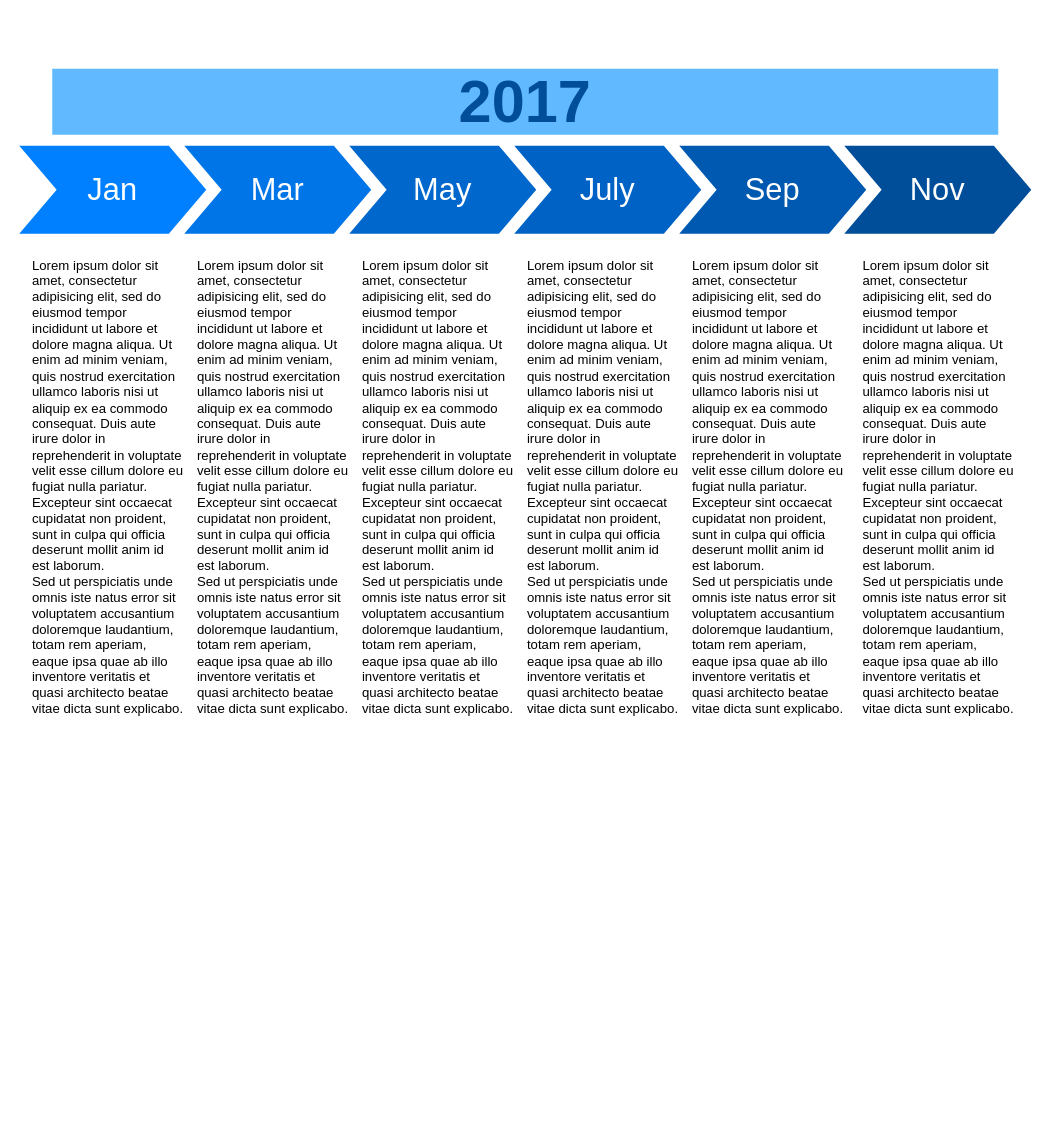
Earlier version of the draw.io diagram Untitled Diagram.drawio (HernanSaltiveri/hernansaltiveri.github.io). Source tidied: cells renumbered, new cells numbered last; positions are measured from the earlier drawing's top-left corner, leaving out a move shared by most shapes. Both pictures are drawn from the tidied source at 110%, with x=0, y=0 at pixel (19, 68).
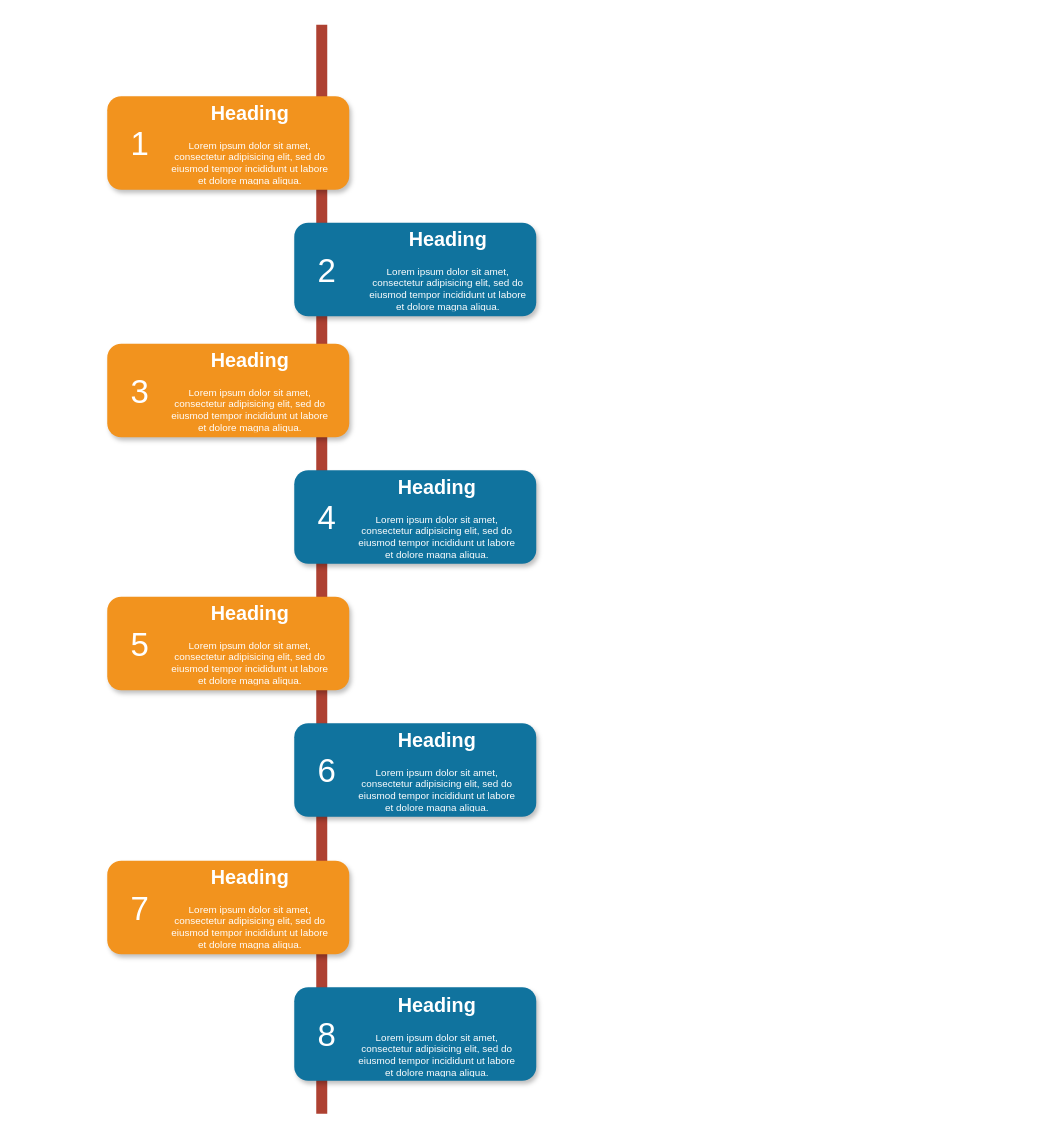
After the change.

What changed in the source:
```diff
@@
-    <mxCell id="2" value="Jan" style="shape=step;whiteSpace=wrap;html=1;fontSize=28;fillColor=#0080FF;fontColor=#FFFFFF;strokeColor=none;" parent="1" vertex="1">
-      <mxGeometry y="70" width="170" height="80" as="geometry" />
-    </mxCell>
-    <mxCell id="3" value="Mar" style="shape=step;whiteSpace=wrap;html=1;fontSize=28;fillColor=#0075E8;fontColor=#FFFFFF;strokeColor=none;" parent="1" vertex="1">
-      <mxGeometry x="150" y="70" width="170" height="80" as="geometry" />
-    </mxCell>
-    <mxCell id="4" value="May" style="shape=step;whiteSpace=wrap;html=1;fontSize=28;fillColor=#0067CC;fontColor=#FFFFFF;strokeColor=none;" parent="1" vertex="1">
-      <mxGeometry x="300" y="70" width="170" height="80" as="geometry" />
-    </mxCell>
-    <mxCell id="5" value="July" style="shape=step;whiteSpace=wrap;html=1;fontSize=28;fillColor=#0062C4;fontColor=#FFFFFF;strokeColor=none;" parent="1" vertex="1">
-      <mxGeometry x="450" y="70" width="170" height="80" as="geometry" />
-    </mxCell>
-    <mxCell id="6" value="Sep" style="shape=step;whiteSpace=wrap;html=1;fontSize=28;fillColor=#0059B0;fontColor=#FFFFFF;strokeColor=none;" parent="1" vertex="1">
-      <mxGeometry x="600" y="70" width="170" height="80" as="geometry" />
-    </mxCell>
-    <mxCell id="7" value="Nov" style="shape=step;whiteSpace=wrap;html=1;fontSize=28;fillColor=#004D99;fontColor=#FFFFFF;strokeColor=none;" parent="1" vertex="1">
-      <mxGeometry x="750" y="70" width="170" height="80" as="geometry" />
-    </mxCell>
-    <mxCell id="8" value="2017" style="text;html=1;strokeColor=none;fillColor=#61BAFF;align=center;verticalAlign=middle;whiteSpace=wrap;fontSize=54;fontStyle=1;fontColor=#004D99;" parent="1" vertex="1">
-      <mxGeometry x="30" width="860" height="60" as="geometry" />
-    </mxCell>
-    <mxCell id="9" value="Lorem ipsum dolor sit amet, consectetur adipisicing elit, sed do eiusmod tempor incididunt ut labore et dolore magna aliqua. Ut enim ad minim veniam, quis nostrud exercitation ullamco laboris nisi ut aliquip ex ea commodo consequat. Duis aute irure dolor in reprehenderit in voluptate velit esse cillum dolore eu fugiat nulla pariatur. Excepteur sint occaecat cupidatat non proident, sunt in culpa qui officia deserunt mollit anim id est laborum.&lt;br&gt;Sed ut perspiciatis unde omnis iste natus error sit voluptatem accusantium doloremque laudantium, totam rem aperiam, eaque ipsa quae ab illo inventore veritatis et quasi architecto beatae vitae dicta sunt explicabo." style="text;spacingTop=-5;fillColor=#ffffff;whiteSpace=wrap;html=1;align=left;fontSize=12;fontFamily=Helvetica;fillColor=none;strokeColor=none;" parent="1" vertex="1">
-      <mxGeometry x="10" y="170" width="140" height="470" as="geometry" />
-    </mxCell>
-    <mxCell id="10" value="Lorem ipsum dolor sit amet, consectetur adipisicing elit, sed do eiusmod tempor incididunt ut labore et dolore magna aliqua. Ut enim ad minim veniam, quis nostrud exercitation ullamco laboris nisi ut aliquip ex ea commodo consequat. Duis aute irure dolor in reprehenderit in voluptate velit esse cillum dolore eu fugiat nulla pariatur. Excepteur sint occaecat cupidatat non proident, sunt in culpa qui officia deserunt mollit anim id est laborum.&lt;br&gt;Sed ut perspiciatis unde omnis iste natus error sit voluptatem accusantium doloremque laudantium, totam rem aperiam, eaque ipsa quae ab illo inventore veritatis et quasi architecto beatae vitae dicta sunt explicabo." style="text;spacingTop=-5;fillColor=#ffffff;whiteSpace=wrap;html=1;align=left;fontSize=12;fontFamily=Helvetica;fillColor=none;strokeColor=none;" parent="1" vertex="1">
-      <mxGeometry x="160" y="170" width="140" height="470" as="geometry" />
-    </mxCell>
-    <mxCell id="11" value="Lorem ipsum dolor sit amet, consectetur adipisicing elit, sed do eiusmod tempor incididunt ut labore et dolore magna aliqua. Ut enim ad minim veniam, quis nostrud exercitation ullamco laboris nisi ut aliquip ex ea commodo consequat. Duis aute irure dolor in reprehenderit in voluptate velit esse cillum dolore eu fugiat nulla pariatur. Excepteur sint occaecat cupidatat non proident, sunt in culpa qui officia deserunt mollit anim id est laborum.&lt;br&gt;Sed ut perspiciatis unde omnis iste natus error sit voluptatem accusantium doloremque laudantium, totam rem aperiam, eaque ipsa quae ab illo inventore veritatis et quasi architecto beatae vitae dicta sunt explicabo." style="text;spacingTop=-5;fillColor=#ffffff;whiteSpace=wrap;html=1;align=left;fontSize=12;fontFamily=Helvetica;fillColor=none;strokeColor=none;" parent="1" vertex="1">
-      <mxGeometry x="310" y="170" width="140" height="470" as="geometry" />
-    </mxCell>
-    <mxCell id="12" value="Lorem ipsum dolor sit amet, consectetur adipisicing elit, sed do eiusmod tempor incididunt ut labore et dolore magna aliqua. Ut enim ad minim veniam, quis nostrud exercitation ullamco laboris nisi ut aliquip ex ea commodo consequat. Duis aute irure dolor in reprehenderit in voluptate velit esse cillum dolore eu fugiat nulla pariatur. Excepteur sint occaecat cupidatat non proident, sunt in culpa qui officia deserunt mollit anim id est laborum.&lt;br&gt;Sed ut perspiciatis unde omnis iste natus error sit voluptatem accusantium doloremque laudantium, totam rem aperiam, eaque ipsa quae ab illo inventore veritatis et quasi architecto beatae vitae dicta sunt explicabo." style="text;spacingTop=-5;fillColor=#ffffff;whiteSpace=wrap;html=1;align=left;fontSize=12;fontFamily=Helvetica;fillColor=none;strokeColor=none;" parent="1" vertex="1">
-      <mxGeometry x="460" y="170" width="140" height="470" as="geometry" />
-    </mxCell>
-    <mxCell id="13" value="Lorem ipsum dolor sit amet, consectetur adipisicing elit, sed do eiusmod tempor incididunt ut labore et dolore magna aliqua. Ut enim ad minim veniam, quis nostrud exercitation ullamco laboris nisi ut aliquip ex ea commodo consequat. Duis aute irure dolor in reprehenderit in voluptate velit esse cillum dolore eu fugiat nulla pariatur. Excepteur sint occaecat cupidatat non proident, sunt in culpa qui officia deserunt mollit anim id est laborum.&lt;br&gt;Sed ut perspiciatis unde omnis iste natus error sit voluptatem accusantium doloremque laudantium, totam rem aperiam, eaque ipsa quae ab illo inventore veritatis et quasi architecto beatae vitae dicta sunt explicabo." style="text;spacingTop=-5;fillColor=#ffffff;whiteSpace=wrap;html=1;align=left;fontSize=12;fontFamily=Helvetica;fillColor=none;strokeColor=none;" parent="1" vertex="1">
-      <mxGeometry x="610" y="170" width="140" height="470" as="geometry" />
-    </mxCell>
-    <mxCell id="14" value="Lorem ipsum dolor sit amet, consectetur adipisicing elit, sed do eiusmod tempor incididunt ut labore et dolore magna aliqua. Ut enim ad minim veniam, quis nostrud exercitation ullamco laboris nisi ut aliquip ex ea commodo consequat. Duis aute irure dolor in reprehenderit in voluptate velit esse cillum dolore eu fugiat nulla pariatur. Excepteur sint occaecat cupidatat non proident, sunt in culpa qui officia deserunt mollit anim id est laborum.&lt;br&gt;Sed ut perspiciatis unde omnis iste natus error sit voluptatem accusantium doloremque laudantium, totam rem aperiam, eaque ipsa quae ab illo inventore veritatis et quasi architecto beatae vitae dicta sunt explicabo." style="text;spacingTop=-5;fillColor=#ffffff;whiteSpace=wrap;html=1;align=left;fontSize=12;fontFamily=Helvetica;fillColor=none;strokeColor=none;" parent="1" vertex="1">
-      <mxGeometry x="765" y="170" width="140" height="470" as="geometry" />
-    </mxCell>
+    <mxCell id="15" style="line;strokeWidth=10;direction=south;html=1;fillColor=none;fontSize=13;fontColor=#000000;align=center;strokeColor=#AE4132;" parent="1" vertex="1">
+      <mxGeometry x="270" y="-40" width="10" height="990" as="geometry" />
+    </mxCell>
+    <mxCell id="16" style="rounded=1;whiteSpace=wrap;html=1;strokeColor=none;strokeWidth=1;fillColor=#F2931E;fontSize=13;fontColor=#FFFFFF;align=center;gradientColor=none;gradientDirection=east;verticalAlign=top;shadow=1;" parent="1" vertex="1">
+      <mxGeometry x="80" y="25" width="220" height="85" as="geometry" />
+    </mxCell>
+    <mxCell id="17" value="1" style="text;html=1;strokeColor=none;fillColor=none;align=center;verticalAlign=middle;whiteSpace=wrap;fontSize=30;fontColor=#FFFFFF;" parent="1" vertex="1">
+      <mxGeometry x="90" y="58" width="40" height="20" as="geometry" />
+    </mxCell>
+    <mxCell id="18" style="rounded=1;whiteSpace=wrap;html=1;strokeColor=none;strokeWidth=1;fillColor=#10739E;fontSize=13;fontColor=#FFFFFF;align=center;gradientColor=none;gradientDirection=east;verticalAlign=top;shadow=1;" parent="1" vertex="1">
+      <mxGeometry x="250" y="140" width="220" height="85" as="geometry" />
+    </mxCell>
+    <mxCell id="19" value="2" style="text;html=1;strokeColor=none;fillColor=none;align=center;verticalAlign=middle;whiteSpace=wrap;fontSize=30;fontColor=#FFFFFF;" parent="1" vertex="1">
+      <mxGeometry x="260" y="173" width="40" height="20" as="geometry" />
+    </mxCell>
+    <mxCell id="20" style="rounded=1;whiteSpace=wrap;html=1;strokeColor=none;strokeWidth=1;fillColor=#F2931E;fontSize=13;fontColor=#FFFFFF;align=center;gradientColor=none;gradientDirection=east;verticalAlign=top;shadow=1;" parent="1" vertex="1">
+      <mxGeometry x="80" y="250" width="220" height="85" as="geometry" />
+    </mxCell>
+    <mxCell id="21" value="3" style="text;html=1;strokeColor=none;fillColor=none;align=center;verticalAlign=middle;whiteSpace=wrap;fontSize=30;fontColor=#FFFFFF;" parent="1" vertex="1">
+      <mxGeometry x="90" y="283" width="40" height="20" as="geometry" />
+    </mxCell>
+    <mxCell id="22" style="rounded=1;whiteSpace=wrap;html=1;strokeColor=none;strokeWidth=1;fillColor=#10739E;fontSize=13;fontColor=#FFFFFF;align=center;gradientColor=none;gradientDirection=east;verticalAlign=top;shadow=1;" parent="1" vertex="1">
+      <mxGeometry x="250" y="365" width="220" height="85" as="geometry" />
+    </mxCell>
+    <mxCell id="23" value="4" style="text;html=1;strokeColor=none;fillColor=none;align=center;verticalAlign=middle;whiteSpace=wrap;fontSize=30;fontColor=#FFFFFF;" parent="1" vertex="1">
+      <mxGeometry x="260" y="398" width="40" height="20" as="geometry" />
+    </mxCell>
+    <mxCell id="24" style="rounded=1;whiteSpace=wrap;html=1;strokeColor=none;strokeWidth=1;fillColor=#F2931E;fontSize=13;fontColor=#FFFFFF;align=center;gradientColor=none;gradientDirection=east;verticalAlign=top;shadow=1;" parent="1" vertex="1">
+      <mxGeometry x="80" y="480" width="220" height="85" as="geometry" />
+    </mxCell>
+    <mxCell id="25" value="5" style="text;html=1;strokeColor=none;fillColor=none;align=center;verticalAlign=middle;whiteSpace=wrap;fontSize=30;fontColor=#FFFFFF;" parent="1" vertex="1">
+      <mxGeometry x="90" y="513" width="40" height="20" as="geometry" />
+    </mxCell>
+    <mxCell id="26" style="rounded=1;whiteSpace=wrap;html=1;strokeColor=none;strokeWidth=1;fillColor=#10739E;fontSize=13;fontColor=#FFFFFF;align=center;gradientColor=none;gradientDirection=east;verticalAlign=top;shadow=1;" parent="1" vertex="1">
+      <mxGeometry x="250" y="595" width="220" height="85" as="geometry" />
+    </mxCell>
+    <mxCell id="27" value="6" style="text;html=1;strokeColor=none;fillColor=none;align=center;verticalAlign=middle;whiteSpace=wrap;fontSize=30;fontColor=#FFFFFF;" parent="1" vertex="1">
+      <mxGeometry x="260" y="628" width="40" height="20" as="geometry" />
+    </mxCell>
+    <mxCell id="28" style="rounded=1;whiteSpace=wrap;html=1;strokeColor=none;strokeWidth=1;fillColor=#F2931E;fontSize=13;fontColor=#FFFFFF;align=center;gradientColor=none;gradientDirection=east;verticalAlign=top;shadow=1;" parent="1" vertex="1">
+      <mxGeometry x="80" y="720" width="220" height="85" as="geometry" />
+    </mxCell>
+    <mxCell id="29" value="7" style="text;html=1;strokeColor=none;fillColor=none;align=center;verticalAlign=middle;whiteSpace=wrap;fontSize=30;fontColor=#FFFFFF;" parent="1" vertex="1">
+      <mxGeometry x="90" y="753" width="40" height="20" as="geometry" />
+    </mxCell>
+    <mxCell id="30" style="rounded=1;whiteSpace=wrap;html=1;strokeColor=none;strokeWidth=1;fillColor=#10739E;fontSize=13;fontColor=#FFFFFF;align=center;gradientColor=none;gradientDirection=east;verticalAlign=top;shadow=1;" parent="1" vertex="1">
+      <mxGeometry x="250" y="835" width="220" height="85" as="geometry" />
+    </mxCell>
+    <mxCell id="31" value="8" style="text;html=1;strokeColor=none;fillColor=none;align=center;verticalAlign=middle;whiteSpace=wrap;fontSize=30;fontColor=#FFFFFF;" parent="1" vertex="1">
+      <mxGeometry x="260" y="868" width="40" height="20" as="geometry" />
+    </mxCell>
+    <mxCell id="32" value="&lt;h1&gt;Heading&lt;/h1&gt;&lt;p&gt;Lorem ipsum dolor sit amet, consectetur adipisicing elit, sed do eiusmod tempor incididunt ut labore et dolore magna aliqua.&lt;/p&gt;" style="text;html=1;spacing=5;spacingTop=-20;whiteSpace=wrap;overflow=hidden;strokeColor=none;strokeWidth=4;fillColor=none;gradientColor=#007FFF;fontSize=9;fontColor=#FFFFFF;align=center;" parent="1" vertex="1">
+      <mxGeometry x="130" y="29" width="160" height="77" as="geometry" />
+    </mxCell>
+    <mxCell id="33" value="&lt;h1&gt;Heading&lt;/h1&gt;&lt;p&gt;Lorem ipsum dolor sit amet, consectetur adipisicing elit, sed do eiusmod tempor incididunt ut labore et dolore magna aliqua.&lt;/p&gt;" style="text;html=1;spacing=5;spacingTop=-20;whiteSpace=wrap;overflow=hidden;strokeColor=none;strokeWidth=4;fillColor=none;gradientColor=#007FFF;fontSize=9;fontColor=#FFFFFF;align=center;" parent="1" vertex="1">
+      <mxGeometry x="310" y="144" width="160" height="77" as="geometry" />
+    </mxCell>
+    <mxCell id="34" value="&lt;h1&gt;Heading&lt;/h1&gt;&lt;p&gt;Lorem ipsum dolor sit amet, consectetur adipisicing elit, sed do eiusmod tempor incididunt ut labore et dolore magna aliqua.&lt;/p&gt;" style="text;html=1;spacing=5;spacingTop=-20;whiteSpace=wrap;overflow=hidden;strokeColor=none;strokeWidth=4;fillColor=none;gradientColor=#007FFF;fontSize=9;fontColor=#FFFFFF;align=center;" parent="1" vertex="1">
+      <mxGeometry x="130" y="254" width="160" height="77" as="geometry" />
+    </mxCell>
+    <mxCell id="35" value="&lt;h1&gt;Heading&lt;/h1&gt;&lt;p&gt;Lorem ipsum dolor sit amet, consectetur adipisicing elit, sed do eiusmod tempor incididunt ut labore et dolore magna aliqua.&lt;/p&gt;" style="text;html=1;spacing=5;spacingTop=-20;whiteSpace=wrap;overflow=hidden;strokeColor=none;strokeWidth=4;fillColor=none;gradientColor=#007FFF;fontSize=9;fontColor=#FFFFFF;align=center;" parent="1" vertex="1">
+      <mxGeometry x="300" y="369" width="160" height="77" as="geometry" />
+    </mxCell>
+    <mxCell id="36" value="&lt;h1&gt;Heading&lt;/h1&gt;&lt;p&gt;Lorem ipsum dolor sit amet, consectetur adipisicing elit, sed do eiusmod tempor incididunt ut labore et dolore magna aliqua.&lt;/p&gt;" style="text;html=1;spacing=5;spacingTop=-20;whiteSpace=wrap;overflow=hidden;strokeColor=none;strokeWidth=4;fillColor=none;gradientColor=#007FFF;fontSize=9;fontColor=#FFFFFF;align=center;" parent="1" vertex="1">
+      <mxGeometry x="130" y="484" width="160" height="77" as="geometry" />
+    </mxCell>
+    <mxCell id="37" value="&lt;h1&gt;Heading&lt;/h1&gt;&lt;p&gt;Lorem ipsum dolor sit amet, consectetur adipisicing elit, sed do eiusmod tempor incididunt ut labore et dolore magna aliqua.&lt;/p&gt;" style="text;html=1;spacing=5;spacingTop=-20;whiteSpace=wrap;overflow=hidden;strokeColor=none;strokeWidth=4;fillColor=none;gradientColor=#007FFF;fontSize=9;fontColor=#FFFFFF;align=center;" parent="1" vertex="1">
+      <mxGeometry x="300" y="599" width="160" height="77" as="geometry" />
+    </mxCell>
+    <mxCell id="38" value="&lt;h1&gt;Heading&lt;/h1&gt;&lt;p&gt;Lorem ipsum dolor sit amet, consectetur adipisicing elit, sed do eiusmod tempor incididunt ut labore et dolore magna aliqua.&lt;/p&gt;" style="text;html=1;spacing=5;spacingTop=-20;whiteSpace=wrap;overflow=hidden;strokeColor=none;strokeWidth=4;fillColor=none;gradientColor=#007FFF;fontSize=9;fontColor=#FFFFFF;align=center;" parent="1" vertex="1">
+      <mxGeometry x="130" y="724" width="160" height="77" as="geometry" />
+    </mxCell>
+    <mxCell id="39" value="&lt;h1&gt;Heading&lt;/h1&gt;&lt;p&gt;Lorem ipsum dolor sit amet, consectetur adipisicing elit, sed do eiusmod tempor incididunt ut labore et dolore magna aliqua.&lt;/p&gt;" style="text;html=1;spacing=5;spacingTop=-20;whiteSpace=wrap;overflow=hidden;strokeColor=none;strokeWidth=4;fillColor=none;gradientColor=#007FFF;fontSize=9;fontColor=#FFFFFF;align=center;" parent="1" vertex="1">
+      <mxGeometry x="300" y="840" width="160" height="77" as="geometry" />
+    </mxCell>
```
